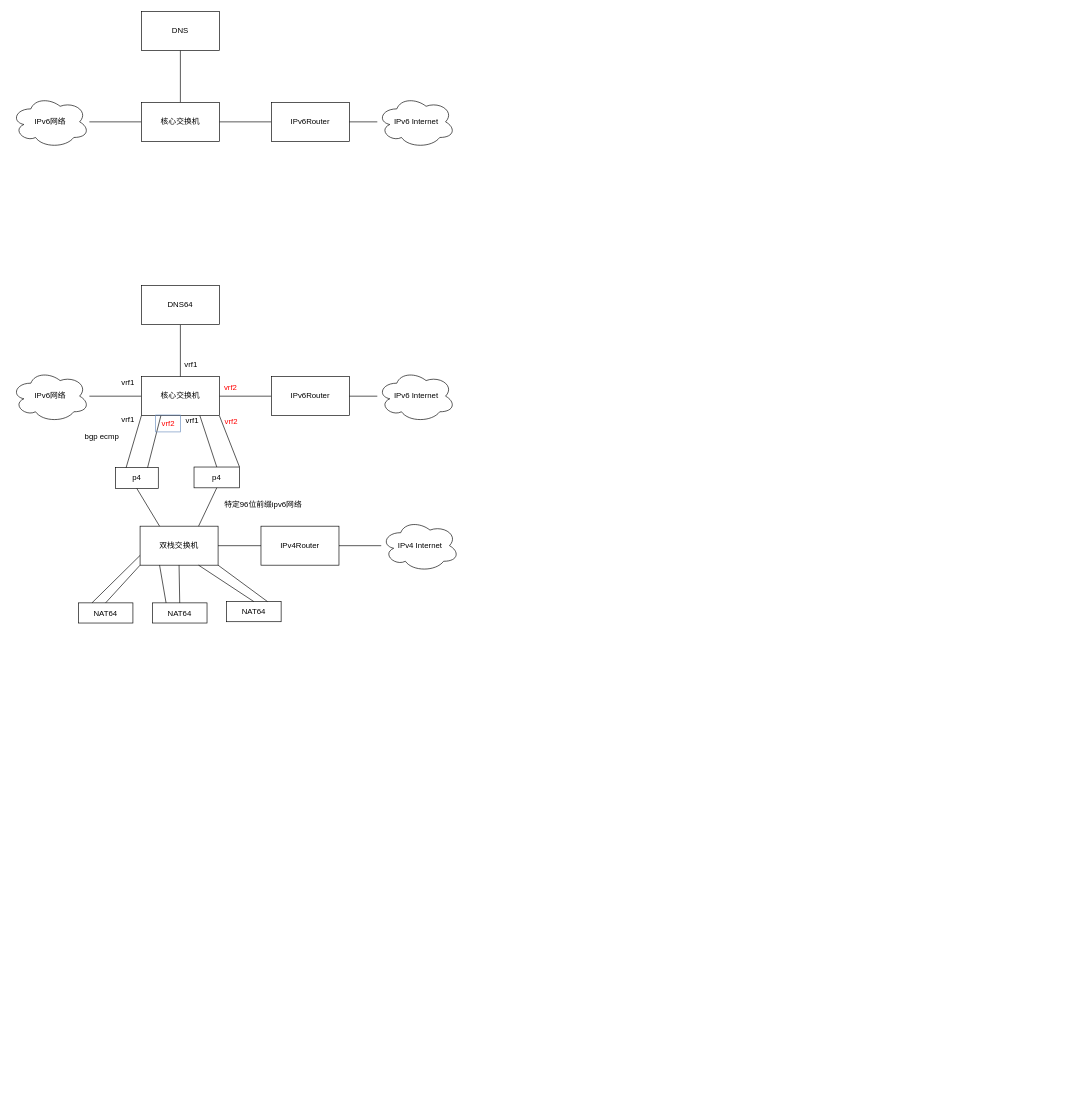
Before: page "第 3 页" (3 of 3) of LRG.drawio in imoceanking/drawio, a draw.io diagram. Source tidied: cells renumbered, new cells numbered last; positions are measured from the earlier drawing's top-left corner, leaving out a move shared by most shapes. Both pictures are drawn from the tidied source at 65%, with x=0, y=0 at pixel (11, 11).
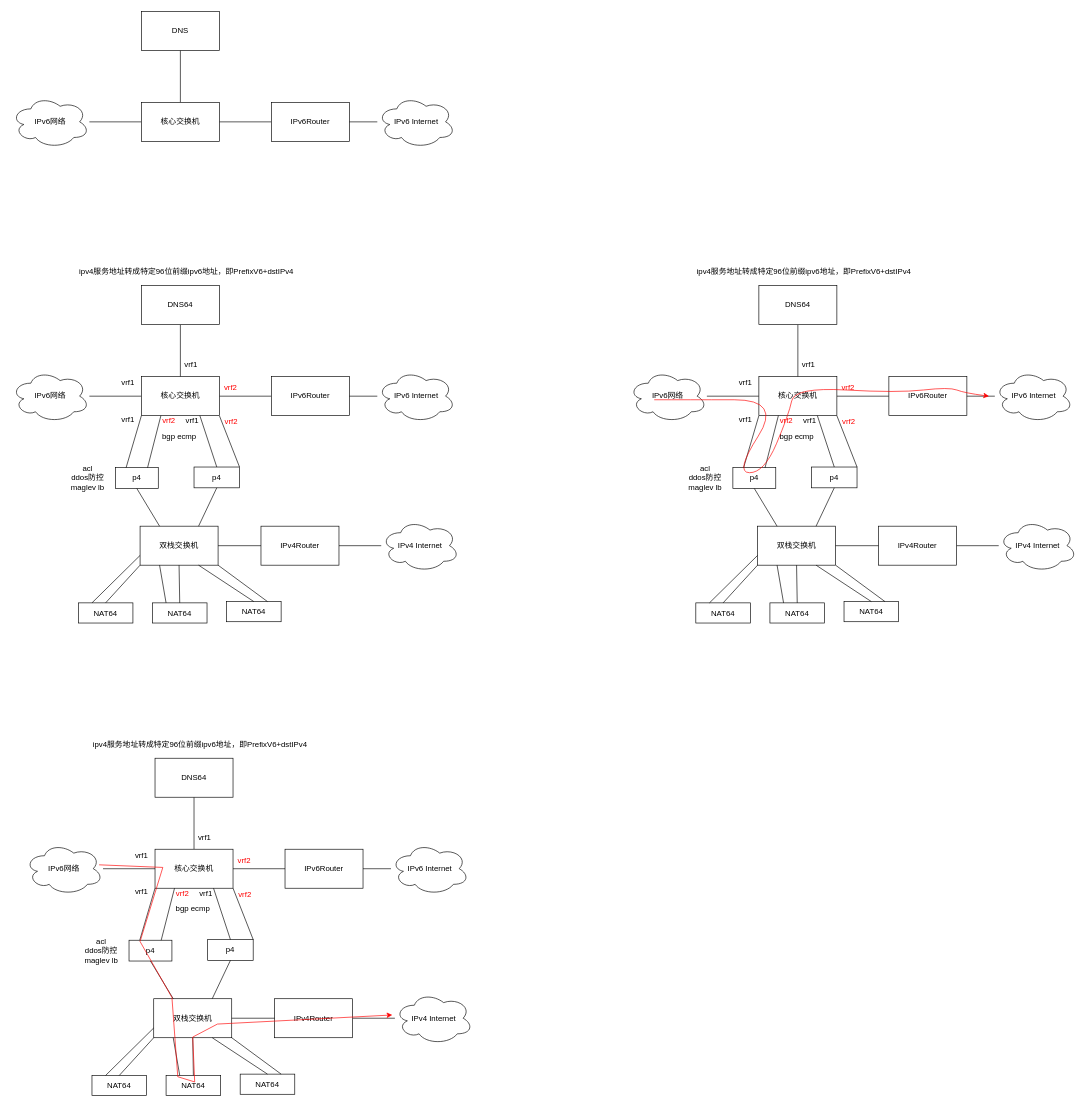
The same page after the edit.

What changed in the source:
```diff
@@
     <mxCell id="37" value="bgp ecmp" style="text;html=1;align=center;verticalAlign=middle;strokeColor=none;fillColor=none;" parent="1" vertex="1">
-      <mxGeometry x="103" y="641" width="71" height="26" as="geometry" />
+      <mxGeometry x="222.5" y="641" width="71" height="26" as="geometry" />
     </mxCell>
-    <mxCell id="38" value="特定96位前缀ipv6网络" style="text;html=1;align=center;verticalAlign=middle;strokeColor=none;fillColor=none;" parent="1" vertex="1">
-      <mxGeometry x="318" y="746" width="137" height="26" as="geometry" />
+    <mxCell id="38" value="ipv4服务地址转成特定96位前缀ipv6地址，即PrefixV6+dstIPv4" style="text;html=1;align=center;verticalAlign=middle;strokeColor=none;fillColor=none;" parent="1" vertex="1">
+      <mxGeometry x="95" y="388" width="348" height="26" as="geometry" />
     </mxCell>
@@
-    <mxCell id="46" value="vrf2" style="text;html=1;align=center;verticalAlign=middle;strokeColor=#6c8ebf;fillColor=none;fontColor=#FF0000;" parent="1" vertex="1">
-      <mxGeometry x="222" y="621" width="38" height="26" as="geometry" />
+    <mxCell id="46" value="vrf2" style="text;html=1;align=center;verticalAlign=middle;strokeColor=none;fillColor=none;fontColor=#FF0000;" parent="1" vertex="1">
+      <mxGeometry x="223" y="617" width="38" height="26" as="geometry" />
     </mxCell>
@@
+    <mxCell id="51" value="acl&lt;br&gt;ddos防控&lt;br&gt;maglev lb" style="text;html=1;align=center;verticalAlign=middle;strokeColor=none;fillColor=none;" parent="1" vertex="1">
+      <mxGeometry x="82" y="690.5" width="69" height="55" as="geometry" />
+    </mxCell>
+    <mxCell id="52" style="edgeStyle=orthogonalEdgeStyle;rounded=0;jettySize=auto;html=1;endArrow=none;endFill=0;" parent="1" edge="1" source="53" target="56">
+      <mxGeometry relative="1" as="geometry" />
+    </mxCell>
+    <mxCell id="53" value="IPv6网络" style="ellipse;shape=cloud;whiteSpace=wrap;html=1;" parent="1" vertex="1">
+      <mxGeometry x="950" y="552" width="120" height="80" as="geometry" />
+    </mxCell>
+    <mxCell id="54" style="edgeStyle=orthogonalEdgeStyle;rounded=0;jettySize=auto;html=1;endArrow=none;endFill=0;" parent="1" edge="1" source="56" target="57">
+      <mxGeometry relative="1" as="geometry" />
+    </mxCell>
+    <mxCell id="55" style="edgeStyle=orthogonalEdgeStyle;rounded=0;jettySize=auto;html=1;endArrow=none;endFill=0;" parent="1" edge="1" source="56" target="58">
+      <mxGeometry relative="1" as="geometry" />
+    </mxCell>
+    <mxCell id="56" value="核心交换机" style="whiteSpace=wrap;html=1;" parent="1" vertex="1">
+      <mxGeometry x="1150" y="562" width="120" height="60" as="geometry" />
+    </mxCell>
+    <mxCell id="57" value="DNS64" style="whiteSpace=wrap;html=1;" parent="1" vertex="1">
+      <mxGeometry x="1150" y="422" width="120" height="60" as="geometry" />
+    </mxCell>
+    <mxCell id="58" value="IPv6Router" style="whiteSpace=wrap;html=1;" parent="1" vertex="1">
+      <mxGeometry x="1350" y="562" width="120" height="60" as="geometry" />
+    </mxCell>
+    <mxCell id="59" style="edgeStyle=orthogonalEdgeStyle;rounded=0;jettySize=auto;html=1;endArrow=none;endFill=0;" parent="1" edge="1" source="60" target="58">
+      <mxGeometry relative="1" as="geometry" />
+    </mxCell>
+    <mxCell id="60" value="IPv6 Internet" style="ellipse;shape=cloud;whiteSpace=wrap;html=1;" parent="1" vertex="1">
+      <mxGeometry x="1513" y="552" width="120" height="80" as="geometry" />
+    </mxCell>
+    <mxCell id="61" value="p4" style="whiteSpace=wrap;html=1;" parent="1" vertex="1">
+      <mxGeometry x="1110" y="702" width="66" height="32" as="geometry" />
+    </mxCell>
+    <mxCell id="62" value="p4" style="whiteSpace=wrap;html=1;" parent="1" vertex="1">
+      <mxGeometry x="1231" y="701" width="70" height="32" as="geometry" />
+    </mxCell>
+    <mxCell id="63" style="endArrow=none;html=1;rounded=0;entryX=0.75;entryY=1;entryDx=0;entryDy=0;exitX=0.5;exitY=0;exitDx=0;exitDy=0;" parent="1" edge="1" source="62" target="56">
+      <mxGeometry relative="1" as="geometry" />
+    </mxCell>
+    <mxCell id="64" style="endArrow=none;html=1;rounded=0;exitX=0.25;exitY=0;exitDx=0;exitDy=0;entryX=0;entryY=1;entryDx=0;entryDy=0;" parent="1" edge="1" source="61" target="56">
+      <mxGeometry relative="1" as="geometry" />
+    </mxCell>
+    <mxCell id="65" value="双栈交换机" style="rounded=0;whiteSpace=wrap;html=1;" parent="1" vertex="1">
+      <mxGeometry x="1148" y="792" width="120" height="60" as="geometry" />
+    </mxCell>
+    <mxCell id="66" style="endArrow=none;html=1;rounded=0;entryX=0.5;entryY=1;entryDx=0;entryDy=0;exitX=0.25;exitY=0;exitDx=0;exitDy=0;" parent="1" edge="1" source="65" target="61">
+      <mxGeometry relative="1" as="geometry" />
+    </mxCell>
+    <mxCell id="67" style="endArrow=none;html=1;rounded=0;entryX=0.5;entryY=1;entryDx=0;entryDy=0;exitX=0.75;exitY=0;exitDx=0;exitDy=0;" parent="1" edge="1" source="65" target="62">
+      <mxGeometry relative="1" as="geometry" />
+    </mxCell>
+    <mxCell id="68" value="NAT64" style="rounded=0;whiteSpace=wrap;html=1;" parent="1" vertex="1">
+      <mxGeometry x="1053" y="910" width="84" height="31" as="geometry" />
+    </mxCell>
+    <mxCell id="69" value="NAT64" style="rounded=0;whiteSpace=wrap;html=1;" parent="1" vertex="1">
+      <mxGeometry x="1167" y="910" width="84" height="31" as="geometry" />
+    </mxCell>
+    <mxCell id="70" value="NAT64" style="rounded=0;whiteSpace=wrap;html=1;" parent="1" vertex="1">
+      <mxGeometry x="1281" y="908" width="84" height="31" as="geometry" />
+    </mxCell>
+    <mxCell id="71" style="endArrow=none;html=1;rounded=0;exitX=0.5;exitY=0;exitDx=0;exitDy=0;entryX=0;entryY=1;entryDx=0;entryDy=0;" parent="1" edge="1" source="68" target="65">
+      <mxGeometry relative="1" as="geometry" />
+    </mxCell>
+    <mxCell id="72" style="endArrow=none;html=1;rounded=0;exitX=0.5;exitY=0;exitDx=0;exitDy=0;entryX=0.5;entryY=1;entryDx=0;entryDy=0;" parent="1" edge="1" source="69" target="65">
+      <mxGeometry relative="1" as="geometry" />
+    </mxCell>
+    <mxCell id="73" style="endArrow=none;html=1;rounded=0;entryX=0.5;entryY=0;entryDx=0;entryDy=0;exitX=0.75;exitY=1;exitDx=0;exitDy=0;" parent="1" edge="1" source="65" target="70">
+      <mxGeometry relative="1" as="geometry" />
+    </mxCell>
+    <mxCell id="74" style="edgeStyle=orthogonalEdgeStyle;rounded=0;jettySize=auto;html=1;endArrow=none;endFill=0;" parent="1" edge="1" source="75" target="76">
+      <mxGeometry relative="1" as="geometry" />
+    </mxCell>
+    <mxCell id="75" value="IPv4 Internet" style="ellipse;shape=cloud;whiteSpace=wrap;html=1;" parent="1" vertex="1">
+      <mxGeometry x="1519" y="782" width="120" height="80" as="geometry" />
+    </mxCell>
+    <mxCell id="76" value="IPv4Router" style="whiteSpace=wrap;html=1;rounded=0;" parent="1" vertex="1">
+      <mxGeometry x="1334" y="792" width="120" height="60" as="geometry" />
+    </mxCell>
+    <mxCell id="77" style="endArrow=none;html=1;rounded=0;exitX=1;exitY=0.5;exitDx=0;exitDy=0;entryX=0;entryY=0.5;entryDx=0;entryDy=0;" parent="1" edge="1" source="65" target="76">
+      <mxGeometry relative="1" as="geometry" />
+    </mxCell>
+    <mxCell id="78" value="bgp ecmp" style="text;html=1;align=center;verticalAlign=middle;strokeColor=none;fillColor=none;" parent="1" vertex="1">
+      <mxGeometry x="1172.5" y="641" width="71" height="26" as="geometry" />
+    </mxCell>
+    <mxCell id="79" value="ipv4服务地址转成特定96位前缀ipv6地址，即PrefixV6+dstIPv4" style="text;html=1;align=center;verticalAlign=middle;strokeColor=none;fillColor=none;" parent="1" vertex="1">
+      <mxGeometry x="1045" y="388" width="348" height="26" as="geometry" />
+    </mxCell>
+    <mxCell id="80" style="endArrow=none;html=1;rounded=0;exitX=0.25;exitY=0;exitDx=0;exitDy=0;entryX=0;entryY=0.75;entryDx=0;entryDy=0;" parent="1" edge="1" source="68" target="65">
+      <mxGeometry relative="1" as="geometry" />
+    </mxCell>
+    <mxCell id="81" style="endArrow=none;html=1;rounded=0;exitX=0.25;exitY=0;exitDx=0;exitDy=0;entryX=0.25;entryY=1;entryDx=0;entryDy=0;" parent="1" edge="1" source="69" target="65">
+      <mxGeometry relative="1" as="geometry" />
+    </mxCell>
+    <mxCell id="82" style="endArrow=none;html=1;rounded=0;entryX=0.75;entryY=0;entryDx=0;entryDy=0;exitX=1;exitY=1;exitDx=0;exitDy=0;" parent="1" edge="1" source="65" target="70">
+      <mxGeometry relative="1" as="geometry" />
+    </mxCell>
+    <mxCell id="83" style="endArrow=none;html=1;rounded=0;exitX=0.75;exitY=0;exitDx=0;exitDy=0;entryX=0.25;entryY=1;entryDx=0;entryDy=0;" parent="1" edge="1" source="61" target="56">
+      <mxGeometry relative="1" as="geometry" />
+    </mxCell>
+    <mxCell id="84" style="endArrow=none;html=1;rounded=0;entryX=1;entryY=1;entryDx=0;entryDy=0;exitX=1;exitY=0;exitDx=0;exitDy=0;" parent="1" edge="1" source="62" target="56">
+      <mxGeometry relative="1" as="geometry" />
+    </mxCell>
+    <mxCell id="85" value="vrf1" style="text;html=1;align=center;verticalAlign=middle;strokeColor=none;fillColor=none;" parent="1" vertex="1">
+      <mxGeometry x="1110" y="615" width="38" height="26" as="geometry" />
+    </mxCell>
+    <mxCell id="86" value="vrf1" style="text;html=1;align=center;verticalAlign=middle;strokeColor=none;fillColor=none;" parent="1" vertex="1">
+      <mxGeometry x="1209" y="617" width="38" height="26" as="geometry" />
+    </mxCell>
+    <mxCell id="87" value="vrf2" style="text;html=1;align=center;verticalAlign=middle;strokeColor=none;fillColor=none;fontColor=#FF0000;" parent="1" vertex="1">
+      <mxGeometry x="1173" y="617" width="38" height="26" as="geometry" />
+    </mxCell>
+    <mxCell id="88" value="vrf2" style="text;html=1;align=center;verticalAlign=middle;strokeColor=none;fillColor=none;fontColor=#FF0000;" parent="1" vertex="1">
+      <mxGeometry x="1269" y="619" width="38" height="26" as="geometry" />
+    </mxCell>
+    <mxCell id="89" value="vrf2" style="text;html=1;align=center;verticalAlign=middle;strokeColor=none;fillColor=none;fontColor=#FF0000;" parent="1" vertex="1">
+      <mxGeometry x="1268" y="566" width="38" height="26" as="geometry" />
+    </mxCell>
+    <mxCell id="90" value="vrf1" style="text;html=1;align=center;verticalAlign=middle;strokeColor=none;fillColor=none;" parent="1" vertex="1">
+      <mxGeometry x="1110" y="559" width="38" height="26" as="geometry" />
+    </mxCell>
+    <mxCell id="91" value="vrf1" style="text;html=1;align=center;verticalAlign=middle;strokeColor=none;fillColor=none;" parent="1" vertex="1">
+      <mxGeometry x="1207" y="531" width="38" height="26" as="geometry" />
+    </mxCell>
+    <mxCell id="92" value="acl&lt;br&gt;ddos防控&lt;br&gt;maglev lb" style="text;html=1;align=center;verticalAlign=middle;strokeColor=none;fillColor=none;" parent="1" vertex="1">
+      <mxGeometry x="1032" y="690.5" width="69" height="55" as="geometry" />
+    </mxCell>
+    <mxCell id="93" style="curved=1;endArrow=classic;html=1;rounded=0;fontColor=#FF0000;strokeColor=#FF0000;" parent="1" edge="1">
+      <mxGeometry relative="1" as="geometry">
+        <mxPoint x="989" y="597.5" as="sourcePoint" />
+        <mxPoint x="1504" y="592" as="targetPoint" />
+        <Array as="points">
+          <mxPoint x="1039" y="597.5" />
+          <mxPoint x="1185" y="597.5" />
+          <mxPoint x="1113" y="709.5" />
+          <mxPoint x="1158" y="710" />
+          <mxPoint x="1196" y="620.5" />
+          <mxPoint x="1205" y="578" />
+          <mxPoint x="1363" y="587" />
+          <mxPoint x="1443" y="578" />
+          <mxPoint x="1466" y="587" />
+        </Array>
+      </mxGeometry>
+    </mxCell>
+    <mxCell id="94" style="edgeStyle=orthogonalEdgeStyle;rounded=0;jettySize=auto;html=1;endArrow=none;endFill=0;" parent="1" edge="1" source="95" target="98">
+      <mxGeometry relative="1" as="geometry" />
+    </mxCell>
+    <mxCell id="95" value="IPv6网络" style="ellipse;shape=cloud;whiteSpace=wrap;html=1;" parent="1" vertex="1">
+      <mxGeometry x="21" y="1279" width="120" height="80" as="geometry" />
+    </mxCell>
+    <mxCell id="96" style="edgeStyle=orthogonalEdgeStyle;rounded=0;jettySize=auto;html=1;endArrow=none;endFill=0;" parent="1" edge="1" source="98" target="99">
+      <mxGeometry relative="1" as="geometry" />
+    </mxCell>
+    <mxCell id="97" style="edgeStyle=orthogonalEdgeStyle;rounded=0;jettySize=auto;html=1;endArrow=none;endFill=0;" parent="1" edge="1" source="98" target="100">
+      <mxGeometry relative="1" as="geometry" />
+    </mxCell>
+    <mxCell id="98" value="核心交换机" style="whiteSpace=wrap;html=1;" parent="1" vertex="1">
+      <mxGeometry x="221" y="1289" width="120" height="60" as="geometry" />
+    </mxCell>
+    <mxCell id="99" value="DNS64" style="whiteSpace=wrap;html=1;" parent="1" vertex="1">
+      <mxGeometry x="221" y="1149" width="120" height="60" as="geometry" />
+    </mxCell>
+    <mxCell id="100" value="IPv6Router" style="whiteSpace=wrap;html=1;" parent="1" vertex="1">
+      <mxGeometry x="421" y="1289" width="120" height="60" as="geometry" />
+    </mxCell>
+    <mxCell id="101" style="edgeStyle=orthogonalEdgeStyle;rounded=0;jettySize=auto;html=1;endArrow=none;endFill=0;" parent="1" edge="1" source="102" target="100">
+      <mxGeometry relative="1" as="geometry" />
+    </mxCell>
+    <mxCell id="102" value="IPv6 Internet" style="ellipse;shape=cloud;whiteSpace=wrap;html=1;" parent="1" vertex="1">
+      <mxGeometry x="584" y="1279" width="120" height="80" as="geometry" />
+    </mxCell>
+    <mxCell id="103" value="p4" style="whiteSpace=wrap;html=1;" parent="1" vertex="1">
+      <mxGeometry x="181" y="1429" width="66" height="32" as="geometry" />
+    </mxCell>
+    <mxCell id="104" value="p4" style="whiteSpace=wrap;html=1;" parent="1" vertex="1">
+      <mxGeometry x="302" y="1428" width="70" height="32" as="geometry" />
+    </mxCell>
+    <mxCell id="105" style="endArrow=none;html=1;rounded=0;entryX=0.75;entryY=1;entryDx=0;entryDy=0;exitX=0.5;exitY=0;exitDx=0;exitDy=0;" parent="1" edge="1" source="104" target="98">
+      <mxGeometry relative="1" as="geometry" />
+    </mxCell>
+    <mxCell id="106" style="endArrow=none;html=1;rounded=0;exitX=0.25;exitY=0;exitDx=0;exitDy=0;entryX=0;entryY=1;entryDx=0;entryDy=0;" parent="1" edge="1" source="103" target="98">
+      <mxGeometry relative="1" as="geometry" />
+    </mxCell>
+    <mxCell id="107" value="双栈交换机" style="rounded=0;whiteSpace=wrap;html=1;" parent="1" vertex="1">
+      <mxGeometry x="219" y="1519" width="120" height="60" as="geometry" />
+    </mxCell>
+    <mxCell id="108" style="endArrow=none;html=1;rounded=0;entryX=0.5;entryY=1;entryDx=0;entryDy=0;exitX=0.25;exitY=0;exitDx=0;exitDy=0;" parent="1" edge="1" source="107" target="103">
+      <mxGeometry relative="1" as="geometry" />
+    </mxCell>
+    <mxCell id="109" style="endArrow=none;html=1;rounded=0;entryX=0.5;entryY=1;entryDx=0;entryDy=0;exitX=0.75;exitY=0;exitDx=0;exitDy=0;" parent="1" edge="1" source="107" target="104">
+      <mxGeometry relative="1" as="geometry" />
+    </mxCell>
+    <mxCell id="110" value="NAT64" style="rounded=0;whiteSpace=wrap;html=1;" parent="1" vertex="1">
+      <mxGeometry x="124" y="1637" width="84" height="31" as="geometry" />
+    </mxCell>
+    <mxCell id="111" value="NAT64" style="rounded=0;whiteSpace=wrap;html=1;" parent="1" vertex="1">
+      <mxGeometry x="238" y="1637" width="84" height="31" as="geometry" />
+    </mxCell>
+    <mxCell id="112" value="NAT64" style="rounded=0;whiteSpace=wrap;html=1;" parent="1" vertex="1">
+      <mxGeometry x="352" y="1635" width="84" height="31" as="geometry" />
+    </mxCell>
+    <mxCell id="113" style="endArrow=none;html=1;rounded=0;exitX=0.5;exitY=0;exitDx=0;exitDy=0;entryX=0;entryY=1;entryDx=0;entryDy=0;" parent="1" edge="1" source="110" target="107">
+      <mxGeometry relative="1" as="geometry" />
+    </mxCell>
+    <mxCell id="114" style="endArrow=none;html=1;rounded=0;exitX=0.5;exitY=0;exitDx=0;exitDy=0;entryX=0.5;entryY=1;entryDx=0;entryDy=0;" parent="1" edge="1" source="111" target="107">
+      <mxGeometry relative="1" as="geometry" />
+    </mxCell>
+    <mxCell id="115" style="endArrow=none;html=1;rounded=0;entryX=0.5;entryY=0;entryDx=0;entryDy=0;exitX=0.75;exitY=1;exitDx=0;exitDy=0;" parent="1" edge="1" source="107" target="112">
+      <mxGeometry relative="1" as="geometry" />
+    </mxCell>
+    <mxCell id="116" style="edgeStyle=orthogonalEdgeStyle;rounded=0;jettySize=auto;html=1;endArrow=none;endFill=0;" parent="1" edge="1" source="117" target="118">
+      <mxGeometry relative="1" as="geometry" />
+    </mxCell>
+    <mxCell id="117" value="IPv4 Internet" style="ellipse;shape=cloud;whiteSpace=wrap;html=1;" parent="1" vertex="1">
+      <mxGeometry x="590" y="1509" width="120" height="80" as="geometry" />
+    </mxCell>
+    <mxCell id="118" value="IPv4Router" style="whiteSpace=wrap;html=1;rounded=0;" parent="1" vertex="1">
+      <mxGeometry x="405" y="1519" width="120" height="60" as="geometry" />
+    </mxCell>
+    <mxCell id="119" style="endArrow=none;html=1;rounded=0;exitX=1;exitY=0.5;exitDx=0;exitDy=0;entryX=0;entryY=0.5;entryDx=0;entryDy=0;" parent="1" edge="1" source="107" target="118">
+      <mxGeometry relative="1" as="geometry" />
+    </mxCell>
+    <mxCell id="120" value="bgp ecmp" style="text;html=1;align=center;verticalAlign=middle;strokeColor=none;fillColor=none;" parent="1" vertex="1">
+      <mxGeometry x="243.5" y="1368" width="71" height="26" as="geometry" />
+    </mxCell>
+    <mxCell id="121" value="ipv4服务地址转成特定96位前缀ipv6地址，即PrefixV6+dstIPv4" style="text;html=1;align=center;verticalAlign=middle;strokeColor=none;fillColor=none;" parent="1" vertex="1">
+      <mxGeometry x="116" y="1115" width="348" height="26" as="geometry" />
+    </mxCell>
+    <mxCell id="122" style="endArrow=none;html=1;rounded=0;exitX=0.25;exitY=0;exitDx=0;exitDy=0;entryX=0;entryY=0.75;entryDx=0;entryDy=0;" parent="1" edge="1" source="110" target="107">
+      <mxGeometry relative="1" as="geometry" />
+    </mxCell>
+    <mxCell id="123" style="endArrow=none;html=1;rounded=0;exitX=0.25;exitY=0;exitDx=0;exitDy=0;entryX=0.25;entryY=1;entryDx=0;entryDy=0;" parent="1" edge="1" source="111" target="107">
+      <mxGeometry relative="1" as="geometry" />
+    </mxCell>
+    <mxCell id="124" style="endArrow=none;html=1;rounded=0;entryX=0.75;entryY=0;entryDx=0;entryDy=0;exitX=1;exitY=1;exitDx=0;exitDy=0;" parent="1" edge="1" source="107" target="112">
+      <mxGeometry relative="1" as="geometry" />
+    </mxCell>
+    <mxCell id="125" style="endArrow=none;html=1;rounded=0;exitX=0.75;exitY=0;exitDx=0;exitDy=0;entryX=0.25;entryY=1;entryDx=0;entryDy=0;" parent="1" edge="1" source="103" target="98">
+      <mxGeometry relative="1" as="geometry" />
+    </mxCell>
+    <mxCell id="126" style="endArrow=none;html=1;rounded=0;entryX=1;entryY=1;entryDx=0;entryDy=0;exitX=1;exitY=0;exitDx=0;exitDy=0;" parent="1" edge="1" source="104" target="98">
+      <mxGeometry relative="1" as="geometry" />
+    </mxCell>
+    <mxCell id="127" value="vrf1" style="text;html=1;align=center;verticalAlign=middle;strokeColor=none;fillColor=none;" parent="1" vertex="1">
+      <mxGeometry x="181" y="1342" width="38" height="26" as="geometry" />
+    </mxCell>
+    <mxCell id="128" value="vrf1" style="text;html=1;align=center;verticalAlign=middle;strokeColor=none;fillColor=none;" parent="1" vertex="1">
+      <mxGeometry x="280" y="1344" width="38" height="26" as="geometry" />
+    </mxCell>
+    <mxCell id="129" value="vrf2" style="text;html=1;align=center;verticalAlign=middle;strokeColor=none;fillColor=none;fontColor=#FF0000;" parent="1" vertex="1">
+      <mxGeometry x="244" y="1344" width="38" height="26" as="geometry" />
+    </mxCell>
+    <mxCell id="130" value="vrf2" style="text;html=1;align=center;verticalAlign=middle;strokeColor=none;fillColor=none;fontColor=#FF0000;" parent="1" vertex="1">
+      <mxGeometry x="340" y="1346" width="38" height="26" as="geometry" />
+    </mxCell>
+    <mxCell id="131" value="vrf2" style="text;html=1;align=center;verticalAlign=middle;strokeColor=none;fillColor=none;fontColor=#FF0000;" parent="1" vertex="1">
+      <mxGeometry x="339" y="1293" width="38" height="26" as="geometry" />
+    </mxCell>
+    <mxCell id="132" value="vrf1" style="text;html=1;align=center;verticalAlign=middle;strokeColor=none;fillColor=none;" parent="1" vertex="1">
+      <mxGeometry x="181" y="1286" width="38" height="26" as="geometry" />
+    </mxCell>
+    <mxCell id="133" value="vrf1" style="text;html=1;align=center;verticalAlign=middle;strokeColor=none;fillColor=none;" parent="1" vertex="1">
+      <mxGeometry x="278" y="1258" width="38" height="26" as="geometry" />
+    </mxCell>
+    <mxCell id="134" value="acl&lt;br&gt;ddos防控&lt;br&gt;maglev lb" style="text;html=1;align=center;verticalAlign=middle;strokeColor=none;fillColor=none;" parent="1" vertex="1">
+      <mxGeometry x="103" y="1417.5" width="69" height="55" as="geometry" />
+    </mxCell>
+    <mxCell id="135" style="endArrow=classic;html=1;rounded=0;strokeColor=#FF0000;fontColor=#FF0000;exitX=0.95;exitY=0.425;exitDx=0;exitDy=0;exitPerimeter=0;" parent="1" edge="1" source="95">
+      <mxGeometry relative="1" as="geometry">
+        <mxPoint x="586" y="1544" as="targetPoint" />
+        <Array as="points">
+          <mxPoint x="233" y="1317" />
+          <mxPoint x="198" y="1431" />
+          <mxPoint x="247" y="1517" />
+          <mxPoint x="256" y="1639" />
+          <mxPoint x="282" y="1647" />
+          <mxPoint x="279" y="1578" />
+          <mxPoint x="317" y="1558" />
+        </Array>
+      </mxGeometry>
+    </mxCell>
```
